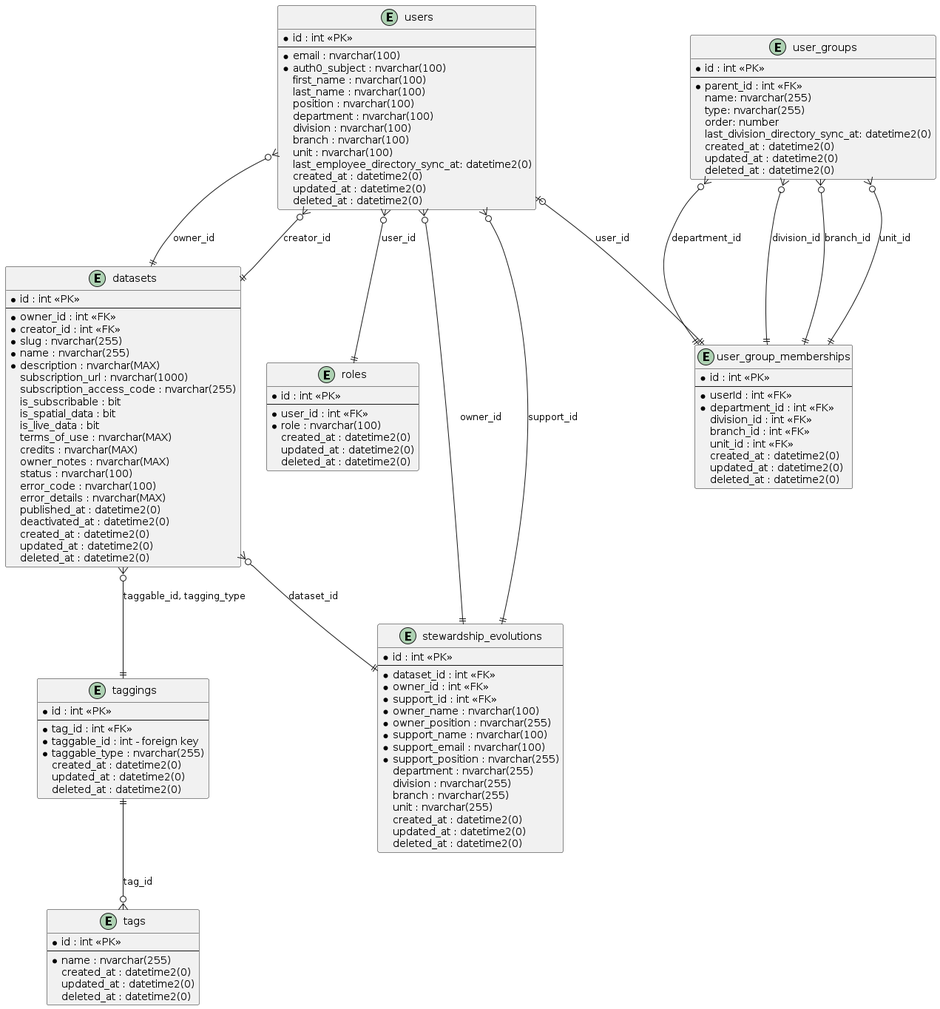
ytgov/internal-data-portal keeps this PlantUML diagram as _Design/Entity Relationship Diagrams.png. Above is the earlier version.
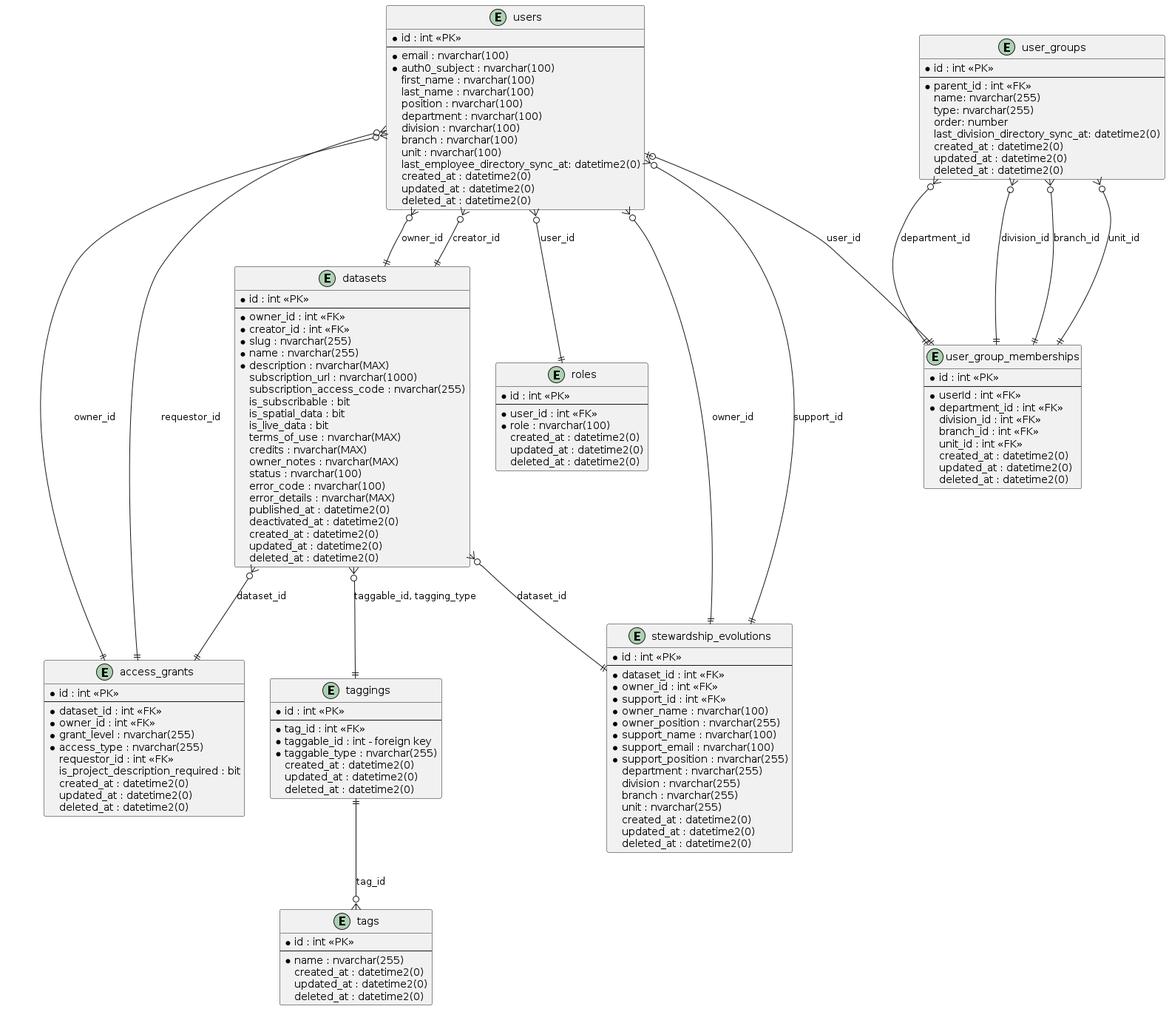
After the commit.

Commit message:
:tophat: Add access grants to entity diagramming.

The edit, as a diff of the source:
```diff
@@ -1,4 +1,18 @@
 @startuml Entity Relationship Diagrams
+entity "access_grants" {
+  * id : int <<PK>>
+  --
+  * dataset_id : int <<FK>>
+  * owner_id : int <<FK>>
+  * grant_level : nvarchar(255)
+  * access_type : nvarchar(255)
+  requestor_id : int <<FK>>
+  is_project_description_required : bit
+  created_at : datetime2(0)
+  updated_at : datetime2(0)
+  deleted_at : datetime2(0)
+}
+
 entity "datasets" {
   * id : int <<PK>>
   --
@@ -132,4 +146,7 @@
 user_groups }o--|| user_group_memberships : unit_id
 datasets }o--|| taggings : taggable_id, tagging_type
 taggings ||--o{ tags : tag_id
+datasets }o--|| access_grants : dataset_id
+users }o--|| access_grants : owner_id
+users }o--|| access_grants : requestor_id
 @enduml
```
